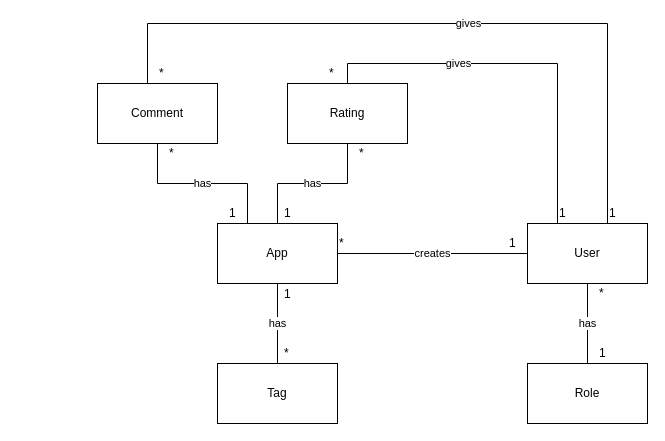
unbasical/spring-vue-appstore keeps this draw.io diagram as UML/Datamodel.drawio. Above is the earlier version. Source tidied: cells renumbered, new cells numbered last; positions are measured from the earlier drawing's top-left corner, leaving out a move shared by most shapes. Both pictures are drawn from the tidied source at 100%, with x=0, y=0 at pixel (97, 23).
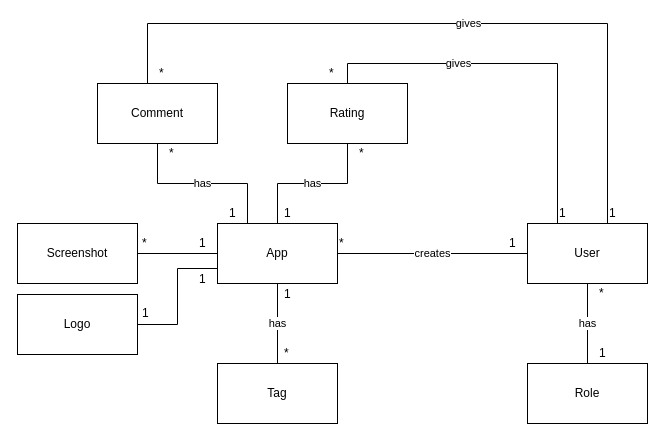
After the change.

The change refers to these unchanged cells:
```xml
<mxCell id="7" value="App" style="rounded=0;whiteSpace=wrap;html=1;" parent="1" vertex="1">
  <mxGeometry x="120" y="200" width="120" height="60" as="geometry" />
</mxCell>
```

The edit, as a diff of the source:
```diff
@@
+    <mxCell id="29" style="edgeStyle=orthogonalEdgeStyle;rounded=0;jettySize=auto;html=1;endArrow=none;endFill=0;" parent="1" edge="1" source="7" target="31">
+      <mxGeometry relative="1" as="geometry" />
+    </mxCell>
+    <mxCell id="30" style="edgeStyle=orthogonalEdgeStyle;rounded=0;jettySize=auto;html=1;exitX=0;exitY=0.75;exitDx=0;exitDy=0;entryX=1;entryY=0.5;entryDx=0;entryDy=0;endArrow=none;endFill=0;" parent="1" edge="1" source="7" target="32">
+      <mxGeometry relative="1" as="geometry" />
+    </mxCell>
@@
+    <mxCell id="31" value="Screenshot" style="rounded=0;whiteSpace=wrap;html=1;" parent="1" vertex="1">
+      <mxGeometry x="-80" y="200" width="120" height="60" as="geometry" />
+    </mxCell>
@@
+    <mxCell id="32" value="Logo" style="rounded=0;whiteSpace=wrap;html=1;" parent="1" vertex="1">
+      <mxGeometry x="-80" y="271" width="120" height="60" as="geometry" />
+    </mxCell>
+    <mxCell id="33" value="1" style="text;html=1;align=left;verticalAlign=top;spacingTop=-4;" parent="1" vertex="1">
+      <mxGeometry x="43" y="280" width="20" height="20" as="geometry" />
+    </mxCell>
+    <mxCell id="34" value="1" style="text;html=1;align=left;verticalAlign=top;spacingTop=-4;" parent="1" vertex="1">
+      <mxGeometry x="100" y="246" width="20" height="20" as="geometry" />
+    </mxCell>
+    <mxCell id="35" value="1" style="text;html=1;align=left;verticalAlign=top;spacingTop=-4;" parent="1" vertex="1">
+      <mxGeometry x="100" y="210" width="20" height="20" as="geometry" />
+    </mxCell>
+    <mxCell id="36" value="*" style="text;html=1;align=left;verticalAlign=top;spacingTop=-4;" parent="1" vertex="1">
+      <mxGeometry x="43" y="210" width="20" height="20" as="geometry" />
+    </mxCell>
```
